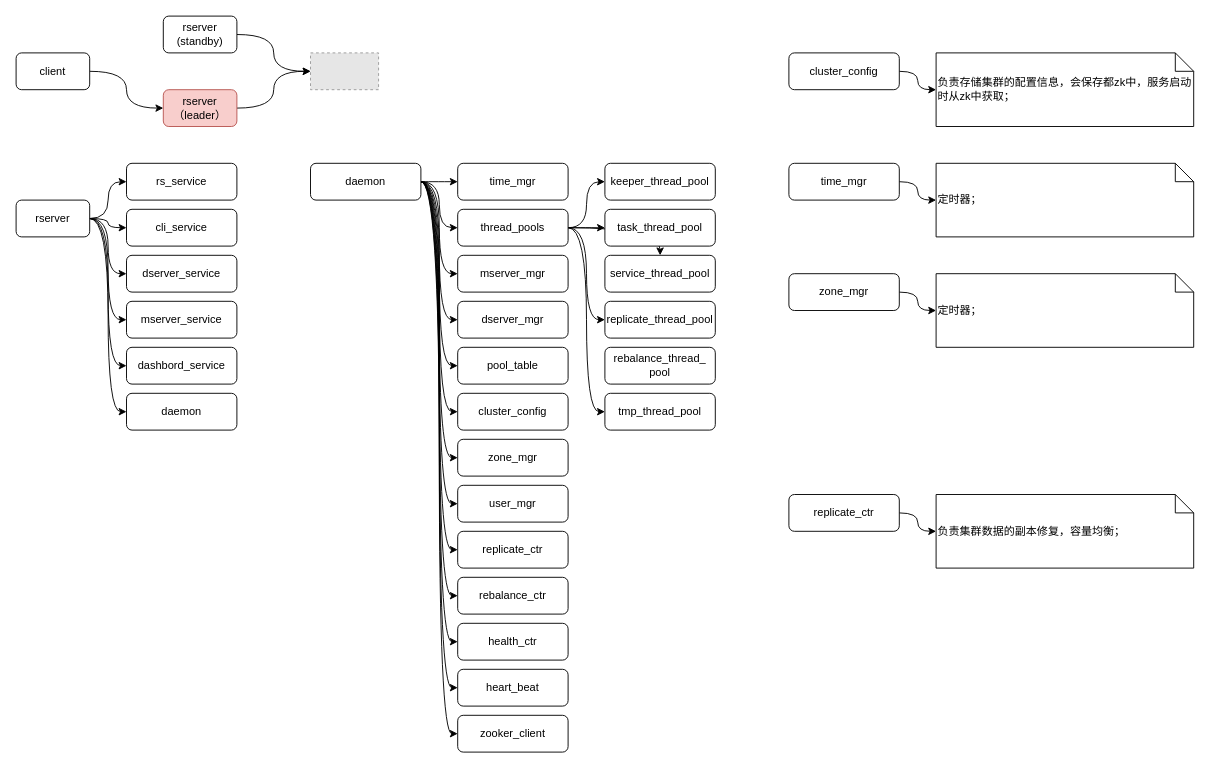
Earlier version of the draw.io diagram page "rserver" (2 of 4) of mind/bstore.drawio (EarthWind/deeparch). Source tidied: cells renumbered, new cells numbered last; positions are measured from the earlier drawing's top-left corner, leaving out a move shared by most shapes. Both pictures are drawn from the tidied source at 92%, with x=0, y=0 at pixel (16, 16). Pictures stored in the file or linked from it are replaced by grey dashed boxes.
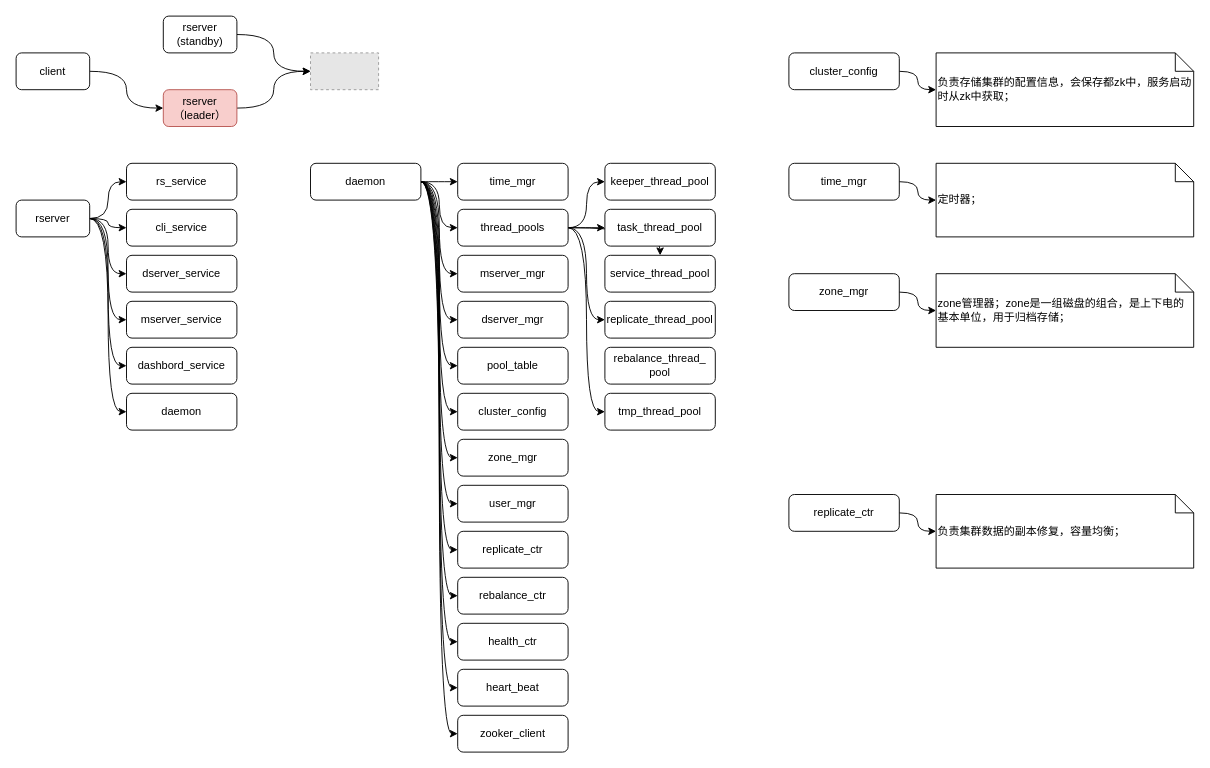
The same diagram, later.

Diff of the diagram source:
```diff
@@
-    <mxCell id="71" value="定时器；" style="shape=note;size=20;whiteSpace=wrap;html=1;align=left;" parent="1" vertex="1">
+    <mxCell id="71" value="zone管理器；zone是一组磁盘的组合，是上下电的基本单位，用于归档存储；" style="shape=note;size=20;whiteSpace=wrap;html=1;align=left;" parent="1" vertex="1">
       <mxGeometry x="1000" y="280" width="280" height="80" as="geometry" />
     </mxCell>
```
